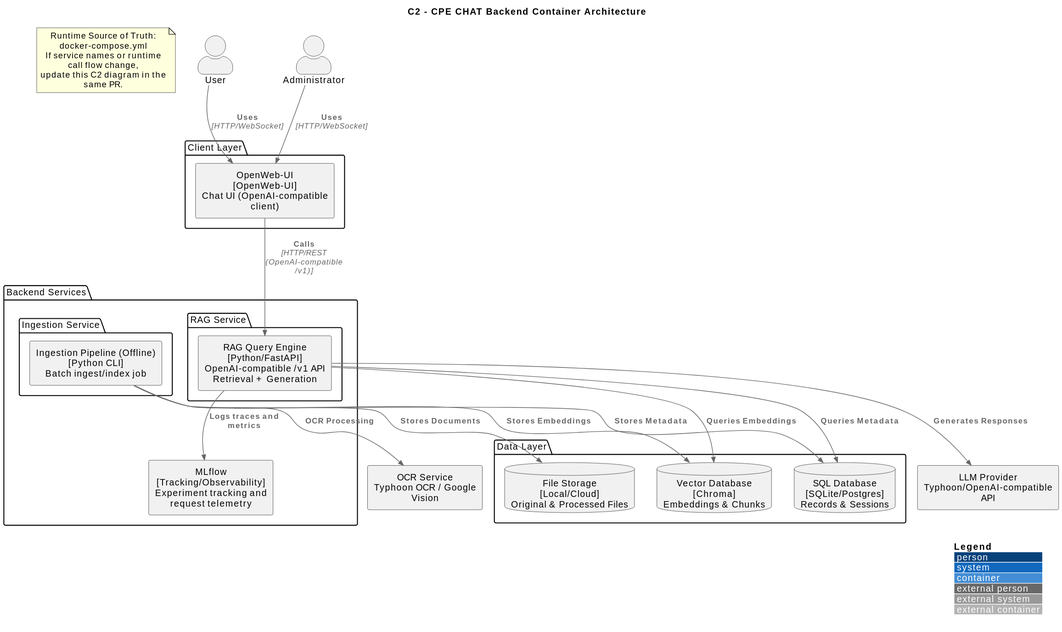
The PlantUML diagram docs/rendered/Backend_C2_Container.svg in KKOIDF/CPE-CHAT-0.0.2, before a commit.
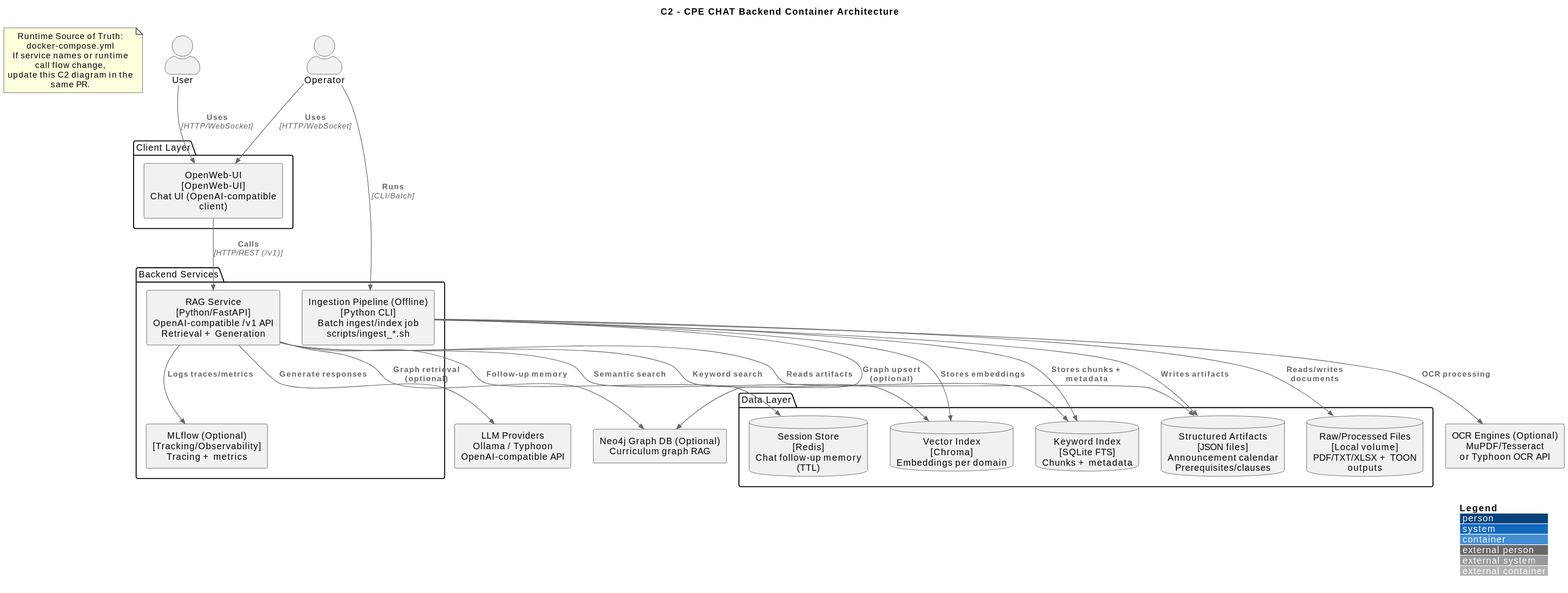
Above is the later version.

What changed in the source:
```diff
@@ -1,5 +1,5 @@
 @startuml
-!include https://raw.githubusercontent.com/plantuml-stdlib/C4-PlantUML/master/C4_Container.puml
+!include <C4/C4_Container>
 
 LAYOUT_WITH_LEGEND()
 
@@ -12,45 +12,48 @@
 end note
 
 actor "User" as user
-actor "Administrator" as admin
+actor "Operator" as admin
 
 package "Client Layer" as client_boundary {
     rectangle "OpenWeb-UI\n[OpenWeb-UI]\nChat UI (OpenAI-compatible client)" as web_app
 }
 
 package "Backend Services" as backend_boundary {
-    package "Ingestion Service" as ingestion_svc_boundary {
-        rectangle "Ingestion Pipeline (Offline)\n[Python CLI]\nBatch ingest/index job" as ingestion_api
-    }
-
-    package "RAG Service" as rag_svc_boundary {
-        rectangle "RAG Query Engine\n[Python/FastAPI]\nOpenAI-compatible /v1 API\nRetrieval + Generation" as rag_api
-    }
-
-    rectangle "MLflow\n[Tracking/Observability]\nExperiment tracking and request telemetry" as mlflow
+    rectangle "RAG Service\n[Python/FastAPI]\nOpenAI-compatible /v1 API\nRetrieval + Generation" as rag_api
+    rectangle "Ingestion Pipeline (Offline)\n[Python CLI]\nBatch ingest/index job\nscripts/ingest_*.sh" as ingestion_api
+    rectangle "MLflow (Optional)\n[Tracking/Observability]\nTracing + metrics" as mlflow
 }
 
 package "Data Layer" as data_boundary {
-    database "Vector Database\n[Chroma]\nEmbeddings & Chunks" as vector_db
-    database "SQL Database\n[SQLite/Postgres]\nRecords & Sessions" as sql_db
-    database "File Storage\n[Local/Cloud]\nOriginal & Processed Files" as file_storage
+    database "Vector Index\n[Chroma]\nEmbeddings per domain" as vector_db
+    database "Keyword Index\n[SQLite FTS]\nChunks + metadata" as sqlite_db
+    database "Structured Artifacts\n[JSON files]\nAnnouncement calendar\nPrerequisites/clauses" as structured_store
+    database "Raw/Processed Files\n[Local volume]\nPDF/TXT/XLSX + TOON outputs" as file_storage
+    database "Session Store\n[Redis]\nChat follow-up memory (TTL)" as session_store
 }
 
-rectangle "LLM Provider\nTyphoon/OpenAI-compatible API" as external_llm
-rectangle "OCR Service\nTyphoon OCR / Google Vision" as external_ocr
+rectangle "LLM Providers\nOllama / Typhoon\nOpenAI-compatible API" as external_llm
+rectangle "OCR Engines (Optional)\nMuPDF/Tesseract\nor Typhoon OCR API" as external_ocr
+rectangle "Neo4j Graph DB (Optional)\nCurriculum graph RAG" as neo4j
 
 Rel(user, web_app, "Uses", "HTTP/WebSocket")
 Rel(admin, web_app, "Uses", "HTTP/WebSocket")
+Rel(admin, ingestion_api, "Runs", "CLI/Batch")
 
-Rel(web_app, rag_api, "Calls", "HTTP/REST (OpenAI-compatible /v1)")
+Rel(web_app, rag_api, "Calls", "HTTP/REST (/v1)")
 
-Rel(ingestion_api, vector_db, "Stores Embeddings")
-Rel(ingestion_api, sql_db, "Stores Metadata")
-Rel(ingestion_api, file_storage, "Stores Documents")
-Rel(ingestion_api, external_ocr, "OCR Processing")
+Rel(ingestion_api, vector_db, "Stores embeddings")
+Rel(ingestion_api, sqlite_db, "Stores chunks + metadata")
+Rel(ingestion_api, structured_store, "Writes artifacts")
+Rel(ingestion_api, file_storage, "Reads/writes documents")
+Rel(ingestion_api, external_ocr, "OCR processing")
+Rel(ingestion_api, neo4j, "Graph upsert (optional)")
 
-Rel(rag_api, vector_db, "Queries Embeddings")
-Rel(rag_api, sql_db, "Queries Metadata")
-Rel(rag_api, external_llm, "Generates Responses")
-Rel(rag_api, mlflow, "Logs traces and metrics")
+Rel(rag_api, vector_db, "Semantic search")
+Rel(rag_api, sqlite_db, "Keyword search")
+Rel(rag_api, structured_store, "Reads artifacts")
+Rel(rag_api, session_store, "Follow-up memory")
+Rel(rag_api, external_llm, "Generate responses")
+Rel(rag_api, neo4j, "Graph retrieval (optional)")
+Rel(rag_api, mlflow, "Logs traces/metrics")
 @enduml
```
